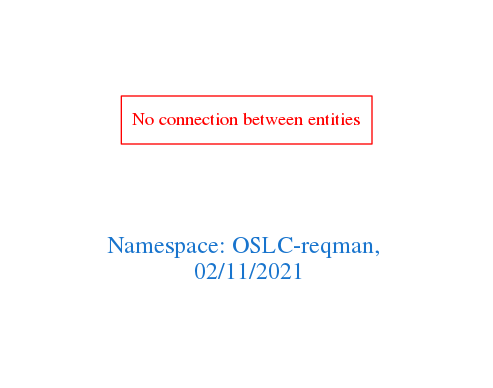
arago/OGIT keeps this Graphviz diagram as downloads/OSLC-reqman.png. Above is the earlier version. Its source is kept beside it as downloads/OSLC-reqman.dot.
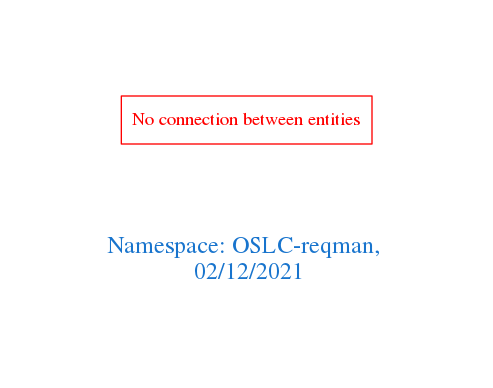
After the change.

Change to the diagram source:
```diff
@@ -1,7 +1,7 @@
 digraph OGIT_ontology {
  graph [ rankdir= LR,pad=1
 fontsize = 18,
-fontcolor= dodgerblue3,label = "\n\n\nNamespace: OSLC-reqman, \n 02/11/2021"];
+fontcolor= dodgerblue3,label = "\n\n\nNamespace: OSLC-reqman, \n 02/12/2021"];
 node[shape=polygon];
 edge [  color="gray81"];
 
```
